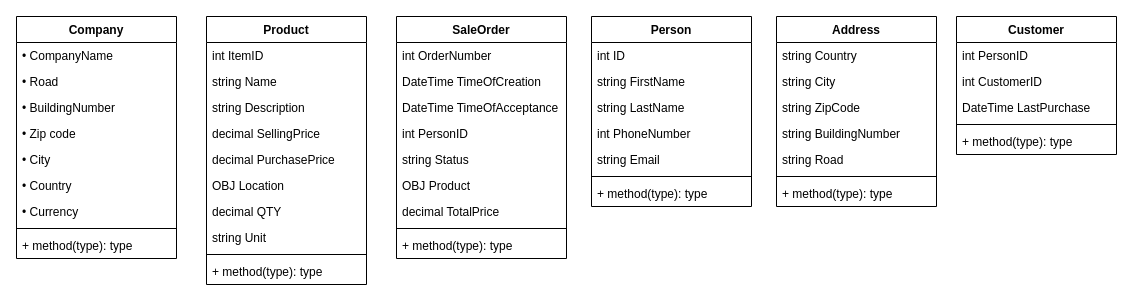
Earlier version of the draw.io diagram docs/ERPRO(ClasseDiagarm) copy.drawio (jimdenseje/ERPRO). Source tidied: cells renumbered, new cells numbered last; positions are measured from the earlier drawing's top-left corner, leaving out a move shared by most shapes. Both pictures are drawn from the tidied source at 100%, with x=0, y=0 at pixel (16, 16).
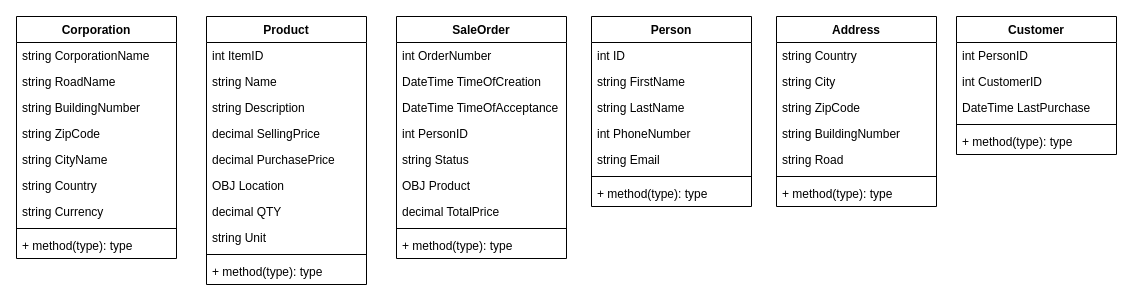
The same page after the edit.

Commit message (it also covers changes not shown here):
Modified string names and classdiagram

Change to the diagram source:
```diff
@@
-    <mxCell id="45" value="Company" style="swimlane;fontStyle=1;align=center;verticalAlign=top;horizontal=1;startSize=26;" parent="1" vertex="1">
+    <mxCell id="45" value="Corporation" style="swimlane;fontStyle=1;align=center;verticalAlign=top;horizontal=1;startSize=26;" parent="1" vertex="1">
       <mxGeometry width="160" height="242" as="geometry" />
     </mxCell>
-    <mxCell id="46" value="• CompanyName" style="text;strokeColor=none;fillColor=none;align=left;verticalAlign=top;spacingLeft=4;spacingRight=4;overflow=hidden;" parent="45" vertex="1">
+    <mxCell id="46" value="string CorporationName" style="text;strokeColor=none;fillColor=none;align=left;verticalAlign=top;spacingLeft=4;spacingRight=4;overflow=hidden;" parent="45" vertex="1">
       <mxGeometry y="26" width="160" height="26" as="geometry" />
     </mxCell>
-    <mxCell id="47" value="• Road" style="text;strokeColor=none;fillColor=none;align=left;verticalAlign=top;spacingLeft=4;spacingRight=4;overflow=hidden;" parent="45" vertex="1">
+    <mxCell id="47" value="string RoadName" style="text;strokeColor=none;fillColor=none;align=left;verticalAlign=top;spacingLeft=4;spacingRight=4;overflow=hidden;" parent="45" vertex="1">
       <mxGeometry y="52" width="160" height="26" as="geometry" />
     </mxCell>
-    <mxCell id="48" value="• BuildingNumber" style="text;strokeColor=none;fillColor=none;align=left;verticalAlign=top;spacingLeft=4;spacingRight=4;overflow=hidden;" parent="45" vertex="1">
+    <mxCell id="48" value="string BuildingNumber" style="text;strokeColor=none;fillColor=none;align=left;verticalAlign=top;spacingLeft=4;spacingRight=4;overflow=hidden;" parent="45" vertex="1">
       <mxGeometry y="78" width="160" height="26" as="geometry" />
     </mxCell>
-    <mxCell id="49" value="• Zip code" style="text;strokeColor=none;fillColor=none;align=left;verticalAlign=top;spacingLeft=4;spacingRight=4;overflow=hidden;" parent="45" vertex="1">
+    <mxCell id="49" value="string ZipCode&#10;" style="text;strokeColor=none;fillColor=none;align=left;verticalAlign=top;spacingLeft=4;spacingRight=4;overflow=hidden;" parent="45" vertex="1">
       <mxGeometry y="104" width="160" height="26" as="geometry" />
     </mxCell>
-    <mxCell id="50" value="• City" style="text;strokeColor=none;fillColor=none;align=left;verticalAlign=top;spacingLeft=4;spacingRight=4;overflow=hidden;" parent="45" vertex="1">
+    <mxCell id="50" value="string CityName" style="text;strokeColor=none;fillColor=none;align=left;verticalAlign=top;spacingLeft=4;spacingRight=4;overflow=hidden;" parent="45" vertex="1">
       <mxGeometry y="130" width="160" height="26" as="geometry" />
     </mxCell>
-    <mxCell id="51" value="• Country" style="text;strokeColor=none;fillColor=none;align=left;verticalAlign=top;spacingLeft=4;spacingRight=4;overflow=hidden;" parent="45" vertex="1">
+    <mxCell id="51" value="string Country" style="text;strokeColor=none;fillColor=none;align=left;verticalAlign=top;spacingLeft=4;spacingRight=4;overflow=hidden;" parent="45" vertex="1">
       <mxGeometry y="156" width="160" height="26" as="geometry" />
     </mxCell>
-    <mxCell id="52" value="• Currency" style="text;strokeColor=none;fillColor=none;align=left;verticalAlign=top;spacingLeft=4;spacingRight=4;overflow=hidden;" parent="45" vertex="1">
+    <mxCell id="52" value="string Currency" style="text;strokeColor=none;fillColor=none;align=left;verticalAlign=top;spacingLeft=4;spacingRight=4;overflow=hidden;" parent="45" vertex="1">
       <mxGeometry y="182" width="160" height="26" as="geometry" />
     </mxCell>
```
